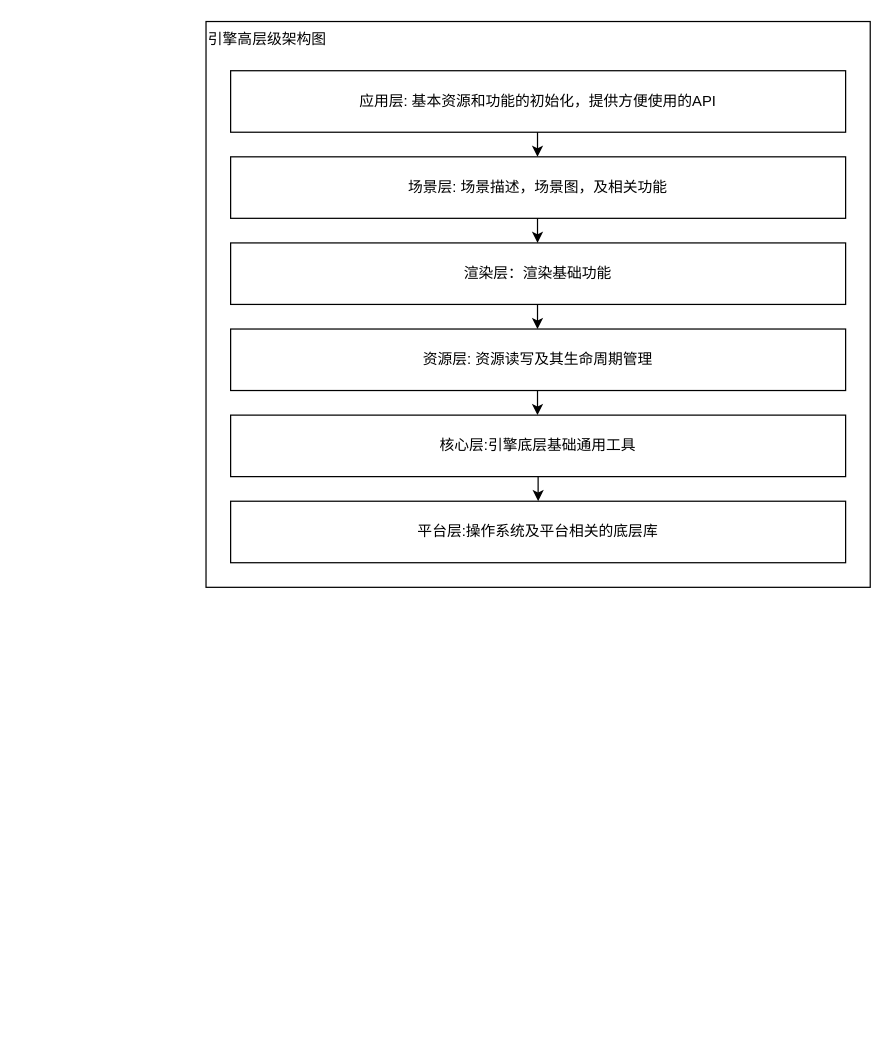
Earlier version of the draw.io diagram page "第 1 页" (1 of 2) of docs/attachments/architecture.drawio (Ryu613/Pd2Engine). Source tidied: cells renumbered, new cells numbered last; positions are measured from the earlier drawing's top-left corner, leaving out a move shared by most shapes. Both pictures are drawn from the tidied source at 123%, with x=0, y=0 at pixel (205, 21).
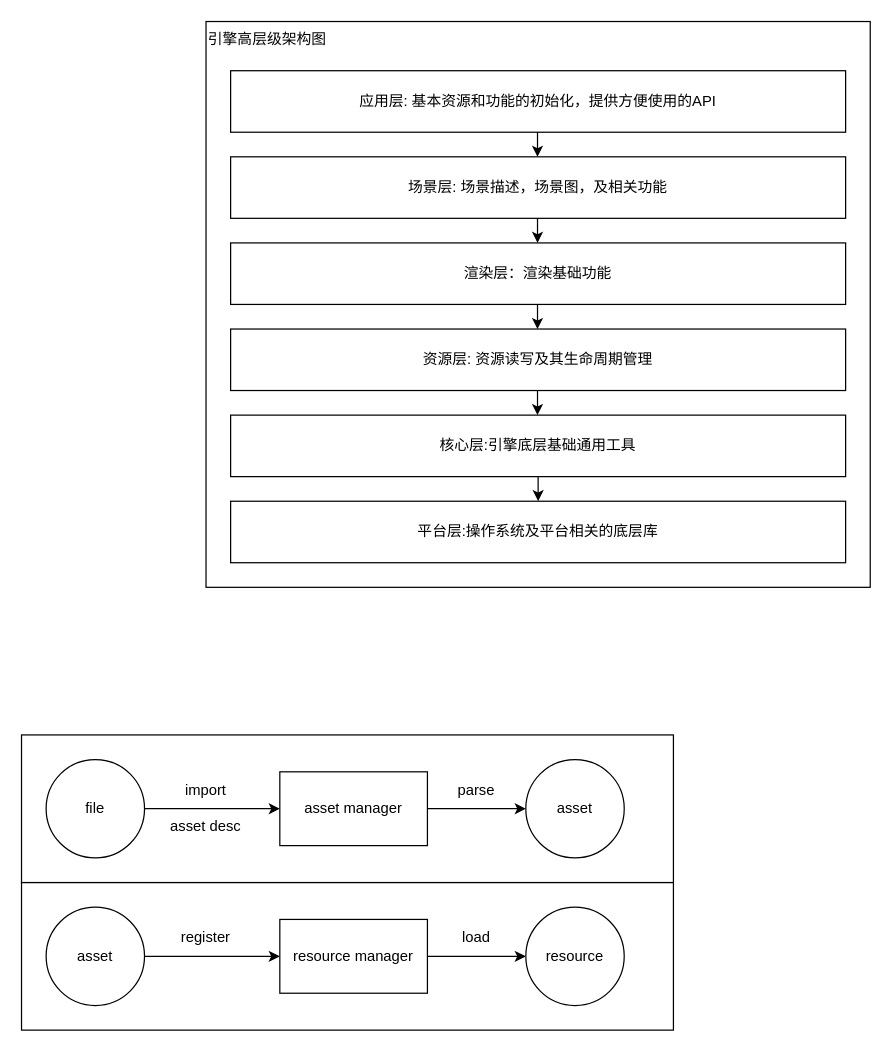
After the change.

What changed in the source:
```diff
@@
+    <mxCell id="15" style="rounded=0;whiteSpace=wrap;html=1;" parent="1" vertex="1">
+      <mxGeometry x="-150" y="700" width="530" height="120" as="geometry" />
+    </mxCell>
+    <mxCell id="16" style="rounded=0;whiteSpace=wrap;html=1;" parent="1" vertex="1">
+      <mxGeometry x="-150" y="580" width="530" height="120" as="geometry" />
+    </mxCell>
@@
+    <mxCell id="17" value="asset manager" style="rounded=0;whiteSpace=wrap;html=1;" parent="1" vertex="1">
+      <mxGeometry x="60" y="610" width="120" height="60" as="geometry" />
+    </mxCell>
+    <mxCell id="18" style="edgeStyle=orthogonalEdgeStyle;rounded=0;jettySize=auto;html=1;" parent="1" edge="1" source="19" target="26">
+      <mxGeometry relative="1" as="geometry" />
+    </mxCell>
+    <mxCell id="19" value="resource manager" style="rounded=0;whiteSpace=wrap;html=1;" parent="1" vertex="1">
+      <mxGeometry x="60" y="730" width="120" height="60" as="geometry" />
+    </mxCell>
+    <mxCell id="20" style="endArrow=classic;html=1;rounded=0;entryX=0;entryY=0.5;entryDx=0;entryDy=0;" parent="1" edge="1" target="17">
+      <mxGeometry relative="1" as="geometry">
+        <mxPoint x="-50" y="640" as="sourcePoint" />
+      </mxGeometry>
+    </mxCell>
+    <mxCell id="21" style="endArrow=classic;html=1;rounded=0;exitX=1;exitY=0.5;exitDx=0;exitDy=0;" parent="1" edge="1" source="17">
+      <mxGeometry relative="1" as="geometry">
+        <mxPoint x="260" y="640" as="targetPoint" />
+      </mxGeometry>
+    </mxCell>
+    <mxCell id="22" value="asset" style="ellipse;whiteSpace=wrap;html=1;" parent="1" vertex="1">
+      <mxGeometry x="260" y="600" width="80" height="80" as="geometry" />
+    </mxCell>
+    <mxCell id="23" value="file" style="ellipse;whiteSpace=wrap;html=1;" parent="1" vertex="1">
+      <mxGeometry x="-130" y="600" width="80" height="80" as="geometry" />
+    </mxCell>
+    <mxCell id="24" style="edgeStyle=orthogonalEdgeStyle;rounded=0;jettySize=auto;html=1;" parent="1" edge="1" source="25" target="19">
+      <mxGeometry relative="1" as="geometry" />
+    </mxCell>
+    <mxCell id="25" value="asset" style="ellipse;whiteSpace=wrap;html=1;" parent="1" vertex="1">
+      <mxGeometry x="-130" y="720" width="80" height="80" as="geometry" />
+    </mxCell>
+    <mxCell id="26" value="resource" style="ellipse;whiteSpace=wrap;html=1;rounded=0;" parent="1" vertex="1">
+      <mxGeometry x="260" y="720" width="80" height="80" as="geometry" />
+    </mxCell>
+    <mxCell id="27" value="import" style="text;html=1;strokeColor=none;fillColor=none;align=center;verticalAlign=middle;whiteSpace=wrap;rounded=0;" parent="1" vertex="1">
+      <mxGeometry x="-30" y="610" width="60" height="30" as="geometry" />
+    </mxCell>
+    <mxCell id="28" value="parse" style="text;html=1;strokeColor=none;fillColor=none;align=center;verticalAlign=middle;whiteSpace=wrap;rounded=0;" parent="1" vertex="1">
+      <mxGeometry x="190" y="610" width="60" height="30" as="geometry" />
+    </mxCell>
+    <mxCell id="29" value="register" style="text;html=1;strokeColor=none;fillColor=none;align=center;verticalAlign=middle;whiteSpace=wrap;rounded=0;" parent="1" vertex="1">
+      <mxGeometry x="-30" y="730" width="60" height="30" as="geometry" />
+    </mxCell>
+    <mxCell id="30" value="load" style="text;html=1;strokeColor=none;fillColor=none;align=center;verticalAlign=middle;whiteSpace=wrap;rounded=0;" parent="1" vertex="1">
+      <mxGeometry x="190" y="730" width="60" height="30" as="geometry" />
+    </mxCell>
+    <mxCell id="31" value="asset desc" style="text;html=1;strokeColor=none;fillColor=none;align=center;verticalAlign=middle;whiteSpace=wrap;rounded=0;" parent="1" vertex="1">
+      <mxGeometry x="-30" y="640" width="60" height="30" as="geometry" />
+    </mxCell>
```
